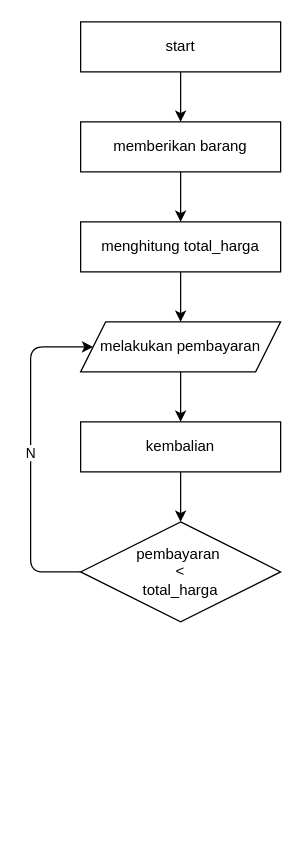
Earlier version of the draw.io diagram flowchart.drawio (gustixxv/gustiraka-sistemkasir). Source tidied: cells renumbered, new cells numbered last; positions are measured from the earlier drawing's top-left corner, leaving out a move shared by most shapes. Both pictures are drawn from the tidied source at 125%, with x=0, y=0 at pixel (30, 21).
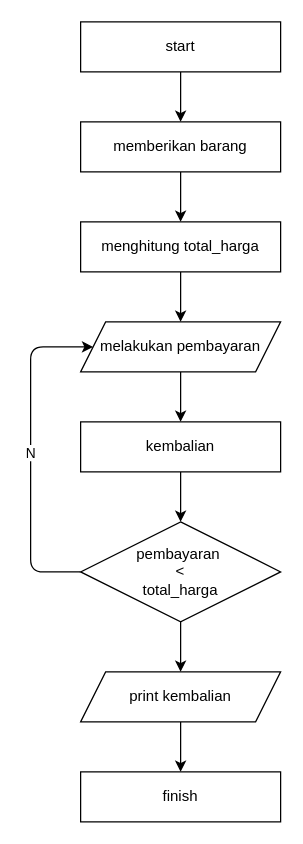
The same page after the edit.

Commit message:
add more data flow and add finish

Change to the diagram source:
```diff
@@
 <mxGraphModel>
   <root>
     <mxCell id="0" />
     <mxCell id="1" parent="0" />
     <mxCell id="2" style="edgeStyle=none;html=1;entryX=0.5;entryY=0;entryDx=0;entryDy=0;" parent="1" edge="1" source="3" target="5">
       <mxGeometry relative="1" as="geometry" />
     </mxCell>
     <mxCell id="3" value="start" style="rounded=0;whiteSpace=wrap;html=1;" parent="1" vertex="1">
       <mxGeometry x="40" width="160" height="40" as="geometry" />
     </mxCell>
     <mxCell id="4" style="edgeStyle=none;html=1;entryX=0.5;entryY=0;entryDx=0;entryDy=0;" parent="1" edge="1" source="5" target="7">
       <mxGeometry relative="1" as="geometry" />
     </mxCell>
     <mxCell id="5" value="memberikan barang" style="rounded=0;whiteSpace=wrap;html=1;" parent="1" vertex="1">
       <mxGeometry x="40" y="80" width="160" height="40" as="geometry" />
     </mxCell>
     <mxCell id="6" style="edgeStyle=none;html=1;" parent="1" edge="1" source="7" target="9">
       <mxGeometry relative="1" as="geometry" />
     </mxCell>
     <mxCell id="7" value="menghitung total_harga" style="rounded=0;whiteSpace=wrap;html=1;" parent="1" vertex="1">
       <mxGeometry x="40" y="160" width="160" height="40" as="geometry" />
     </mxCell>
     <mxCell id="8" style="edgeStyle=none;html=1;entryX=0.5;entryY=0;entryDx=0;entryDy=0;" parent="1" edge="1" source="9" target="11">
       <mxGeometry relative="1" as="geometry" />
     </mxCell>
     <mxCell id="9" value="melakukan pembayaran" style="shape=parallelogram;perimeter=parallelogramPerimeter;whiteSpace=wrap;html=1;fixedSize=1;" parent="1" vertex="1">
       <mxGeometry x="40" y="240" width="160" height="40" as="geometry" />
     </mxCell>
     <mxCell id="10" style="edgeStyle=none;html=1;exitX=0.5;exitY=1;exitDx=0;exitDy=0;entryX=0.5;entryY=0;entryDx=0;entryDy=0;" parent="1" edge="1" source="11" target="13">
       <mxGeometry relative="1" as="geometry" />
     </mxCell>
     <mxCell id="11" value="kembalian" style="rounded=0;whiteSpace=wrap;html=1;" parent="1" vertex="1">
       <mxGeometry x="40" y="320" width="160" height="40" as="geometry" />
     </mxCell>
     <mxCell id="12" value="N" style="edgeStyle=none;html=1;exitX=0;exitY=0.5;exitDx=0;exitDy=0;entryX=0;entryY=0.5;entryDx=0;entryDy=0;" parent="1" edge="1" source="13" target="9">
       <mxGeometry relative="1" as="geometry">
         <Array as="points">
           <mxPoint y="440" />
           <mxPoint y="260" />
         </Array>
       </mxGeometry>
     </mxCell>
+    <mxCell id="14" style="edgeStyle=none;html=1;entryX=0.5;entryY=0;entryDx=0;entryDy=0;" parent="1" edge="1" source="13" target="16">
+      <mxGeometry relative="1" as="geometry" />
+    </mxCell>
     <mxCell id="13" value="pembayaran&amp;nbsp;&lt;br&gt;&amp;lt;&lt;br&gt;total_harga" style="rhombus;whiteSpace=wrap;html=1;" parent="1" vertex="1">
       <mxGeometry x="40" y="400" width="160" height="80" as="geometry" />
     </mxCell>
+    <mxCell id="15" style="edgeStyle=none;html=1;entryX=0.5;entryY=0;entryDx=0;entryDy=0;" parent="1" edge="1" source="16" target="17">
+      <mxGeometry relative="1" as="geometry" />
+    </mxCell>
+    <mxCell id="16" value="print kembalian" style="shape=parallelogram;perimeter=parallelogramPerimeter;whiteSpace=wrap;html=1;fixedSize=1;" parent="1" vertex="1">
+      <mxGeometry x="40" y="520" width="160" height="40" as="geometry" />
+    </mxCell>
+    <mxCell id="17" value="finish" style="rounded=0;whiteSpace=wrap;html=1;" parent="1" vertex="1">
+      <mxGeometry x="40" y="600" width="160" height="40" as="geometry" />
+    </mxCell>
   </root>
 </mxGraphModel>
```
